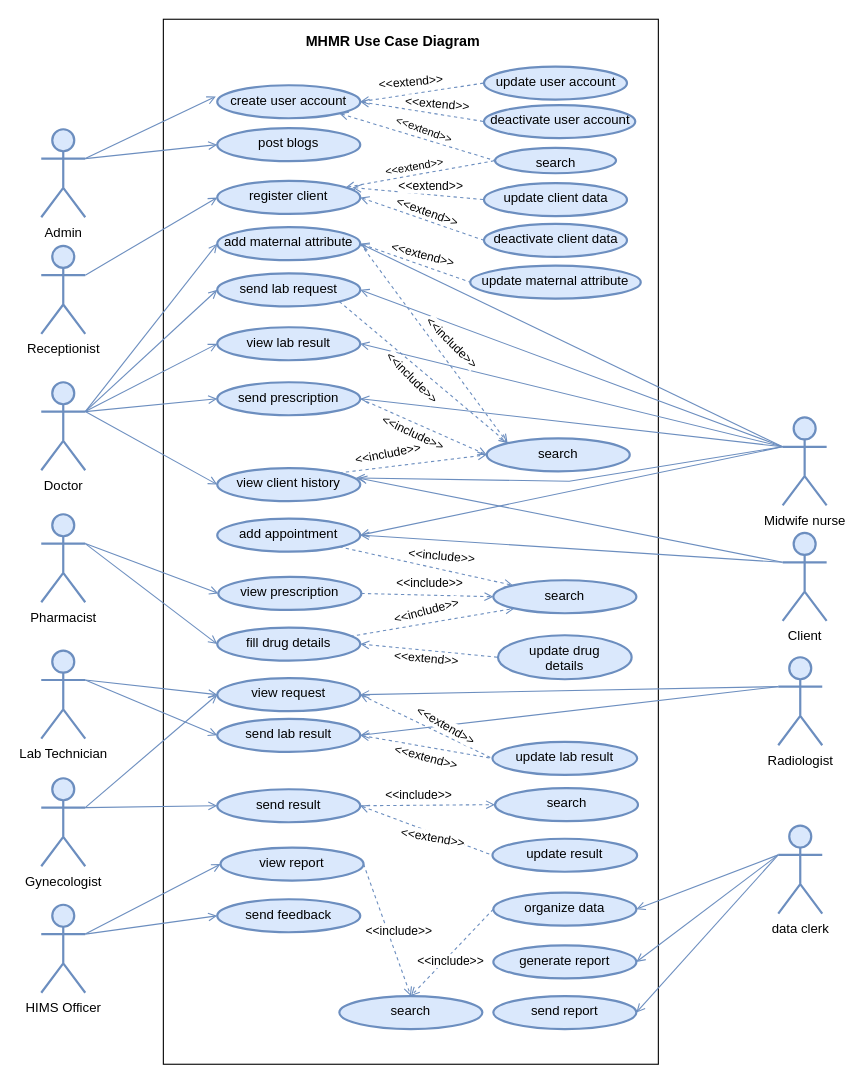
Earlier version of the draw.io diagram Usecase Diagram.drawio (fasil712/UML_Diagram_Design). Source tidied: cells renumbered, new cells numbered last; positions are measured from the earlier drawing's top-left corner, leaving out a move shared by most shapes. Both pictures are drawn from the tidied source at 110%, with x=0, y=0 at pixel (41, 19).
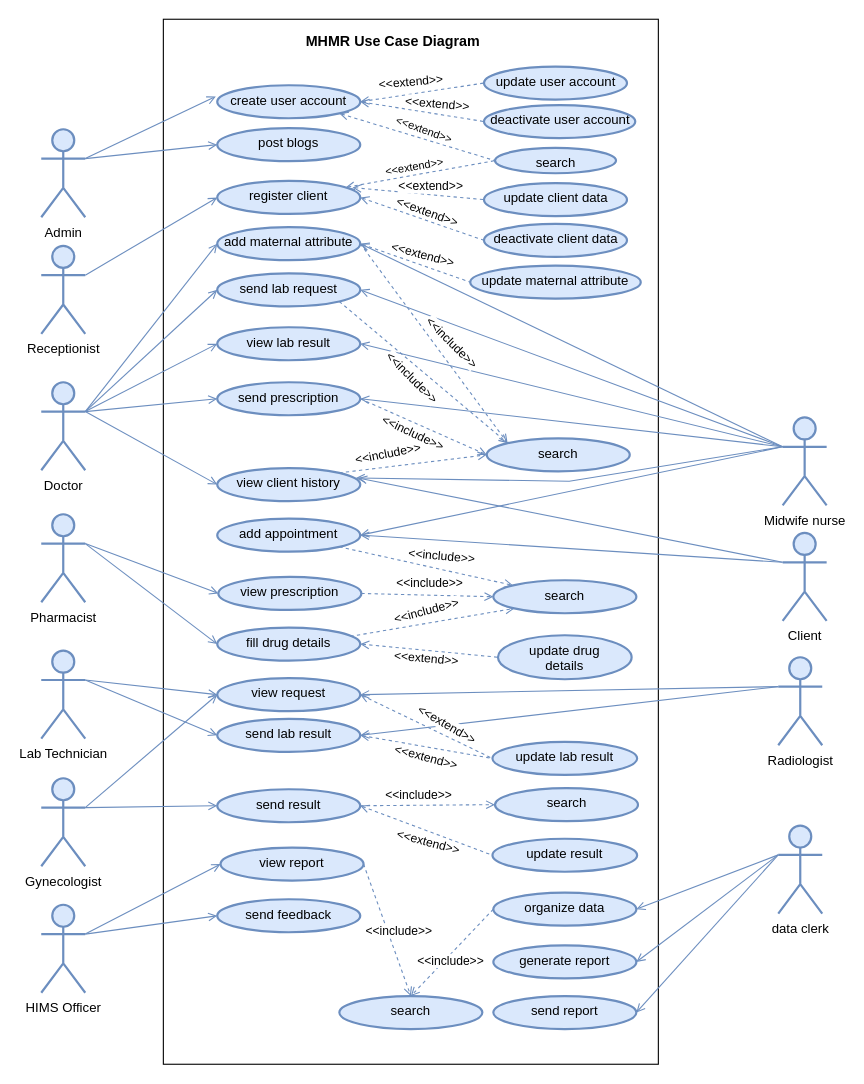
The same diagram, later.

Unchanged cells that the change refers to:
```xml
<mxCell id="61" style="rounded=0;jettySize=auto;html=1;endArrow=none;endFill=0;strokeWidth=1;fillColor=#dae8fc;strokeColor=#6c8ebf;exitX=1;exitY=0.5;exitDx=0;exitDy=0;dashed=1;entryX=0;entryY=0.5;entryDx=0;entryDy=0;startArrow=open;startFill=0;" parent="1" edge="1" source="82" target="60">
  <mxGeometry relative="1" as="geometry" />
</mxCell>
<mxCell id="115" style="rounded=0;jettySize=auto;html=1;endArrow=none;endFill=0;strokeWidth=1;fillColor=#dae8fc;strokeColor=#6c8ebf;exitX=1;exitY=0.5;exitDx=0;exitDy=0;dashed=1;entryX=0;entryY=0.5;entryDx=0;entryDy=0;startArrow=open;startFill=0;" parent="1" edge="1" source="80" target="56">
  <mxGeometry relative="1" as="geometry" />
</mxCell>
```

Change to the diagram source:
```diff
@@
-    <mxCell id="62" value="&amp;lt;&amp;lt;extend&amp;gt;&amp;gt;" style="edgeLabel;html=1;align=center;verticalAlign=middle;rotation=10;" parent="61" vertex="1">
+    <mxCell id="62" value="&amp;lt;&amp;lt;extend&amp;gt;&amp;gt;" style="edgeLabel;html=1;align=center;verticalAlign=middle;rotation=15;" parent="61" vertex="1">
       <mxGeometry x="-0.24" y="-1" relative="1" as="geometry">
-        <mxPoint x="20" y="10" as="offset" />
+        <mxPoint x="16" y="14" as="offset" />
       </mxGeometry>
     </mxCell>
@@
     <mxCell id="116" value="&amp;lt;&amp;lt;extend&amp;gt;&amp;gt;" style="edgeLabel;html=1;align=center;verticalAlign=middle;rotation=30;" parent="115" vertex="1">
       <mxGeometry x="-0.24" y="-1" relative="1" as="geometry">
-        <mxPoint x="32" y="4" as="offset" />
+        <mxPoint x="33" y="3" as="offset" />
       </mxGeometry>
     </mxCell>
```
